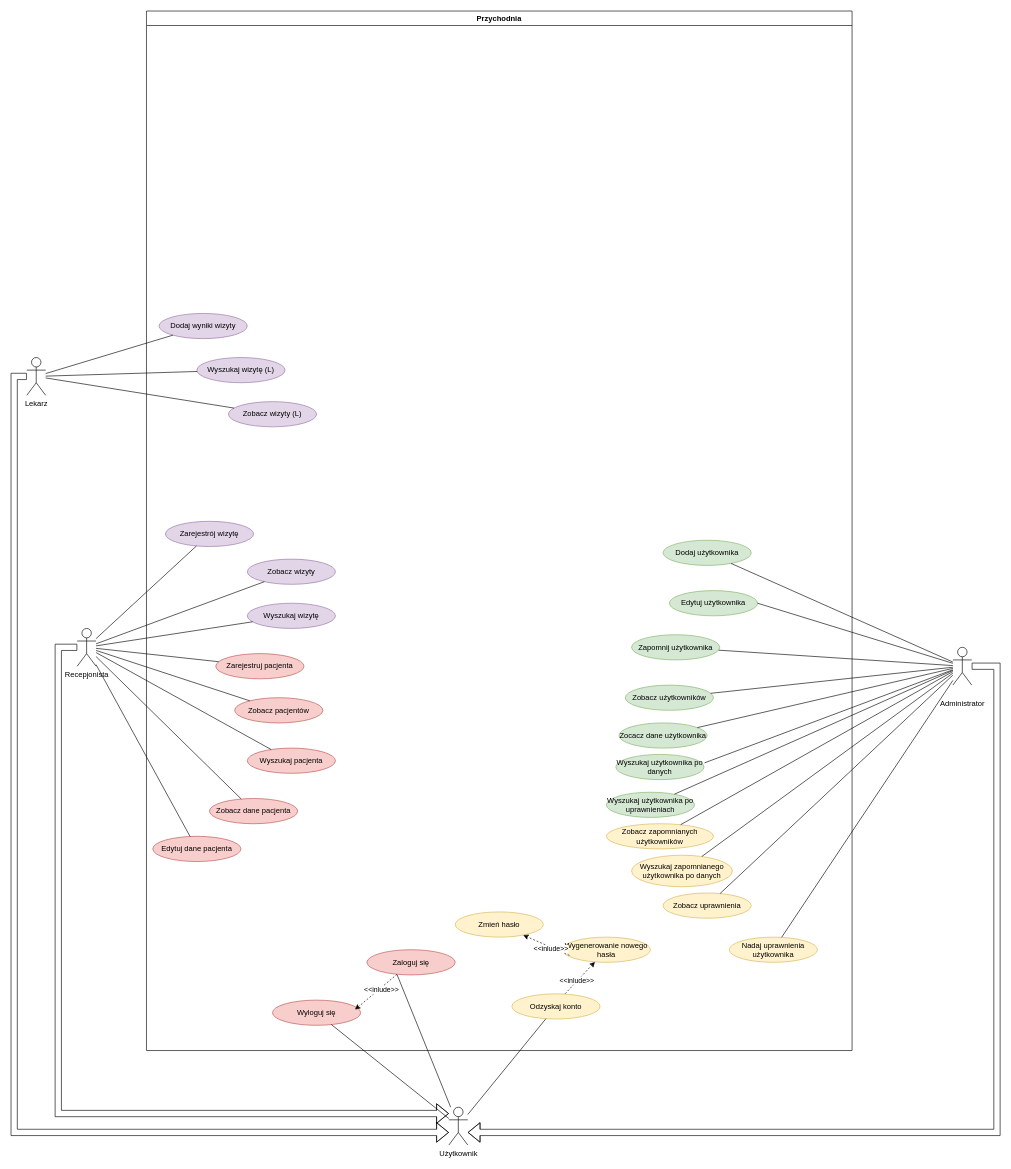
Before: Przpdaki użycia.drawio in szynutix-sz/ProjektPrzychodnia, a draw.io diagram. Source tidied: cells renumbered, new cells numbered last; positions are measured from the earlier drawing's top-left corner, leaving out a move shared by most shapes. Both pictures are drawn from the tidied source at 63%, with x=0, y=0 at pixel (14, 11).
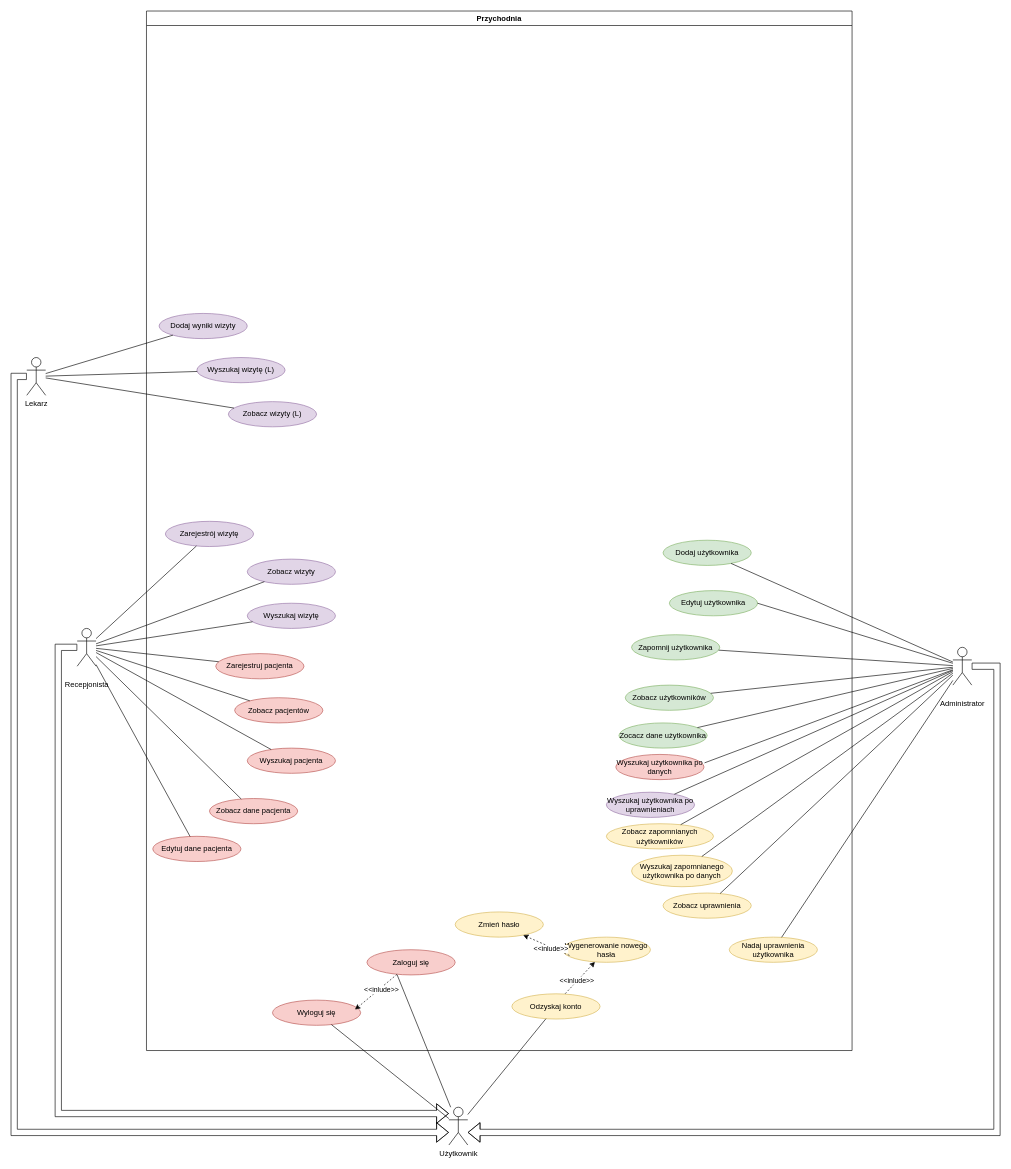
After the change.

Commit message:
Update Przpdaki użycia.drawio - aktualizacja podziału

The change refers to these unchanged cells:
```xml
<mxCell id="2" value="Przychodnia" style="swimlane;whiteSpace=wrap;html=1;" parent="1" vertex="1">
  <mxGeometry x="210" width="1120" height="1650" as="geometry" />
</mxCell>
```

The edit, as a diff of the source:
```diff
@@
-    <mxCell id="9" value="Wyszukaj użytkownika po danych" style="ellipse;whiteSpace=wrap;html=1;fillColor=#d5e8d4;strokeColor=#82b366;" parent="2" vertex="1">
+    <mxCell id="9" value="Wyszukaj użytkownika po danych" style="ellipse;whiteSpace=wrap;html=1;fillColor=#f8cecc;strokeColor=#b85450;" parent="2" vertex="1">
       <mxGeometry x="745" y="1180" width="140" height="40" as="geometry" />
     </mxCell>
@@
-    <mxCell id="13" value="Wyszukaj użytkownika po uprawnieniach" style="ellipse;whiteSpace=wrap;html=1;fillColor=#d5e8d4;strokeColor=#82b366;" parent="2" vertex="1">
+    <mxCell id="13" value="Wyszukaj użytkownika po uprawnieniach" style="ellipse;whiteSpace=wrap;html=1;fillColor=#e1d5e7;strokeColor=#9673a6;" parent="2" vertex="1">
       <mxGeometry x="730" y="1240" width="140" height="40" as="geometry" />
     </mxCell>
@@
-    <mxCell id="37" value="Recepjonista" style="shape=umlActor;verticalLabelPosition=bottom;verticalAlign=top;html=1;outlineConnect=0;" parent="1" vertex="1">
+    <mxCell id="37" value="Recepjonista" style="shape=umlActor;verticalLabelPosition=bottom;verticalAlign=middle;html=1;outlineConnect=0;" parent="1" vertex="1">
       <mxGeometry x="100" y="980" width="30" height="60" as="geometry" />
     </mxCell>
```
